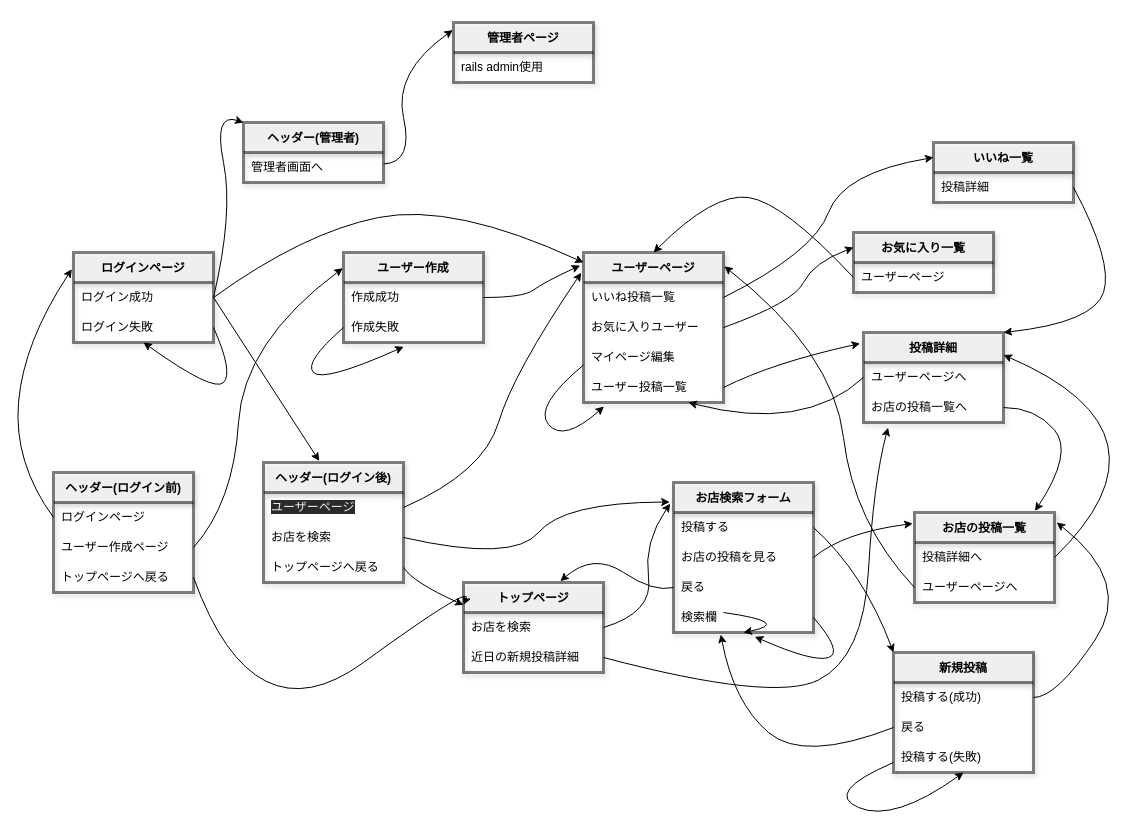
Earlier version of the draw.io diagram 画面遷移.dio (soratanaka/ramen_portfolio). Source tidied: cells renumbered, new cells numbered last; positions are measured from the earlier drawing's top-left corner, leaving out a move shared by most shapes. Both pictures are drawn from the tidied source at 100%, with x=0, y=0 at pixel (13, 22).
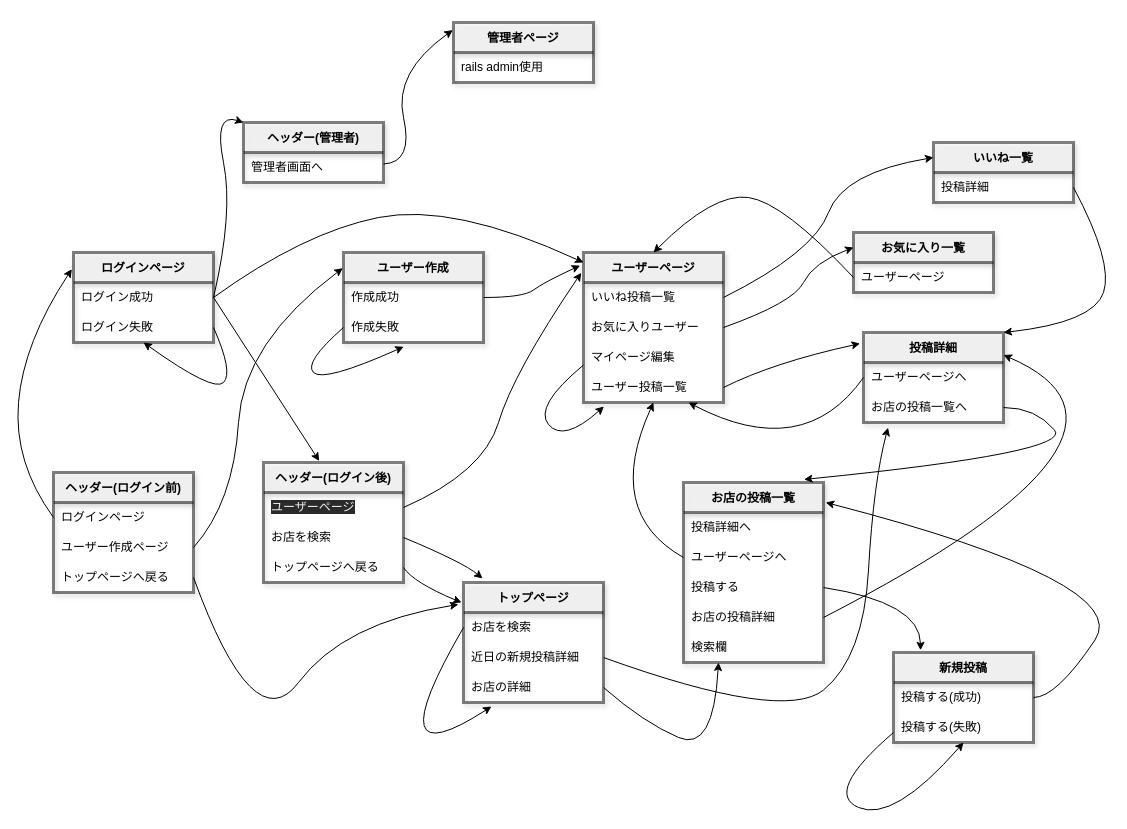
The same diagram, later.

The change refers to these unchanged cells:
```xml
<mxCell id="3" style="shape=partialRectangle;html=1;whiteSpace=wrap;fillColor=none;top=0;left=0;bottom=0;right=0;points=[[0,0.5],[1,0.5]];portConstraint=eastwest;shadow=1;strokeColor=default;strokeWidth=3;opacity=50;" parent="2" vertex="1">
  <mxGeometry y="30" width="140" height="30" as="geometry" />
</mxCell>
<mxCell id="5" style="shape=partialRectangle;html=1;whiteSpace=wrap;fillColor=none;top=0;left=0;bottom=0;right=0;points=[[0,0.5],[1,0.5]];portConstraint=eastwest;shadow=1;strokeColor=default;strokeWidth=3;opacity=50;" parent="2" vertex="1">
  <mxGeometry y="60" width="140" height="30" as="geometry" />
</mxCell>
<mxCell id="34" style="shape=partialRectangle;html=1;whiteSpace=wrap;fillColor=none;top=0;left=0;bottom=0;right=0;points=[[0,0.5],[1,0.5]];portConstraint=eastwest;shadow=1;strokeColor=default;strokeWidth=3;opacity=50;" parent="29" vertex="1">
  <mxGeometry y="90" width="140" height="30" as="geometry" />
</mxCell>
<mxCell id="39" style="shape=partialRectangle;html=1;whiteSpace=wrap;fillColor=none;top=0;left=0;bottom=0;right=0;points=[[0,0.5],[1,0.5]];portConstraint=eastwest;shadow=1;strokeColor=default;strokeWidth=3;opacity=50;" parent="36" vertex="1">
  <mxGeometry y="60" width="140" height="30" as="geometry" />
</mxCell>
<mxCell id="41" style="shape=partialRectangle;html=1;whiteSpace=wrap;fillColor=none;top=0;left=0;bottom=0;right=0;points=[[0,0.5],[1,0.5]];portConstraint=eastwest;shadow=1;strokeColor=default;strokeWidth=3;opacity=50;" parent="36" vertex="1">
  <mxGeometry y="90" width="140" height="30" as="geometry" />
</mxCell>
<mxCell id="55" value="ユーザーページ" style="shape=table;startSize=30;childLayout=tableLayout;rowLines=0;fontStyle=1;align=center;shadow=1;strokeColor=default;strokeWidth=3;opacity=50;" parent="1" vertex="1">
  <mxGeometry x="570" y="230" width="140" height="150" as="geometry" />
</mxCell>
<mxCell id="78" value="投稿詳細" style="shape=table;startSize=30;childLayout=tableLayout;rowLines=0;fontStyle=1;align=center;shadow=1;strokeColor=default;strokeWidth=3;opacity=50;" parent="1" vertex="1">
  <mxGeometry x="850" y="310" width="140" height="90" as="geometry" />
</mxCell>
<mxCell id="81" style="shape=partialRectangle;html=1;whiteSpace=wrap;fillColor=none;top=0;left=0;bottom=0;right=0;points=[[0,0.5],[1,0.5]];portConstraint=eastwest;shadow=1;strokeColor=default;strokeWidth=3;opacity=50;" parent="78" vertex="1">
  <mxGeometry y="60" width="140" height="30" as="geometry" />
</mxCell>
<mxCell id="89" style="shape=partialRectangle;html=1;whiteSpace=wrap;fillColor=none;top=0;left=0;bottom=0;right=0;points=[[0,0.5],[1,0.5]];portConstraint=eastwest;shadow=1;strokeColor=default;strokeWidth=3;opacity=50;" parent="86" vertex="1">
  <mxGeometry y="60" width="140" height="30" as="geometry" />
</mxCell>
```

What changed in the source:
```diff
@@
     <mxCell id="2" value="トップページ" style="shape=table;startSize=30;childLayout=tableLayout;rowLines=0;fontStyle=1;align=center;shadow=1;strokeColor=default;strokeWidth=3;opacity=50;" parent="1" vertex="1">
-      <mxGeometry x="450" y="560" width="140" height="90" as="geometry" />
+      <mxGeometry x="450" y="560" width="140" height="120" as="geometry" />
     </mxCell>
@@
+    <mxCell id="111" style="shape=partialRectangle;html=1;whiteSpace=wrap;fillColor=none;top=0;left=0;bottom=0;right=0;points=[[0,0.5],[1,0.5]];portConstraint=eastwest;shadow=1;strokeColor=default;strokeWidth=3;opacity=50;" parent="2" vertex="1">
+      <mxGeometry y="90" width="140" height="30" as="geometry" />
+    </mxCell>
+    <mxCell id="112" value="お店の詳細" style="shape=partialRectangle;html=1;whiteSpace=wrap;fillColor=none;top=0;left=0;bottom=0;right=0;align=left;spacingLeft=6;overflow=hidden;shadow=1;strokeColor=default;strokeWidth=3;opacity=50;" parent="111" vertex="1">
+      <mxGeometry width="140" height="30" as="geometry" />
+    </mxCell>
+    <mxCell id="52" style="curved=1;endArrow=classic;html=1;exitX=0;exitY=0.5;exitDx=0;exitDy=0;entryX=0.2;entryY=1.133;entryDx=0;entryDy=0;entryPerimeter=0;" parent="2" edge="1" source="3" target="111">
+      <mxGeometry relative="1" as="geometry">
+        <Array as="points">
+          <mxPoint x="-90" y="200" />
+        </Array>
+      </mxGeometry>
+    </mxCell>
@@
-    <mxCell id="19" value="お店検索フォーム" style="shape=table;startSize=30;childLayout=tableLayout;rowLines=0;fontStyle=1;align=center;shadow=1;strokeColor=default;strokeWidth=3;opacity=50;" parent="1" vertex="1">
-      <mxGeometry x="660" y="460" width="140" height="150" as="geometry" />
-    </mxCell>
-    <mxCell id="20" style="shape=partialRectangle;html=1;whiteSpace=wrap;fillColor=none;top=0;left=0;bottom=0;right=0;points=[[0,0.5],[1,0.5]];portConstraint=eastwest;shadow=1;strokeColor=default;strokeWidth=3;opacity=50;" parent="19" vertex="1">
-      <mxGeometry y="30" width="140" height="30" as="geometry" />
-    </mxCell>
-    <mxCell id="21" value="投稿する" style="shape=partialRectangle;html=1;whiteSpace=wrap;fillColor=none;top=0;left=0;bottom=0;right=0;align=left;spacingLeft=6;overflow=hidden;shadow=1;strokeColor=default;strokeWidth=3;perimeterSpacing=3;opacity=50;" parent="20" vertex="1">
-      <mxGeometry width="140" height="30" as="geometry" />
-    </mxCell>
-    <mxCell id="22" style="shape=partialRectangle;html=1;whiteSpace=wrap;fillColor=none;top=0;left=0;bottom=0;right=0;shadow=1;strokeColor=default;strokeWidth=3;opacity=50;" parent="19" vertex="1">
-      <mxGeometry y="60" width="140" height="30" as="geometry" />
-    </mxCell>
-    <mxCell id="23" value="お店の投稿を見る" style="shape=partialRectangle;html=1;whiteSpace=wrap;fillColor=none;top=0;left=0;bottom=0;right=0;align=left;spacingLeft=6;overflow=hidden;shadow=1;strokeColor=default;strokeWidth=3;perimeterSpacing=3;opacity=50;" parent="22" vertex="1">
-      <mxGeometry width="140" height="30" as="geometry" />
-    </mxCell>
-    <mxCell id="24" style="shape=partialRectangle;html=1;whiteSpace=wrap;fillColor=none;top=0;left=0;bottom=0;right=0;points=[[0,0.5],[1,0.5]];portConstraint=eastwest;shadow=1;strokeColor=default;strokeWidth=3;opacity=50;" parent="19" vertex="1">
-      <mxGeometry y="90" width="140" height="30" as="geometry" />
-    </mxCell>
-    <mxCell id="25" value="戻る" style="shape=partialRectangle;html=1;whiteSpace=wrap;fillColor=none;top=0;left=0;bottom=0;right=0;align=left;spacingLeft=6;overflow=hidden;shadow=1;strokeColor=default;strokeWidth=3;opacity=50;" parent="24" vertex="1">
-      <mxGeometry width="140" height="30" as="geometry" />
-    </mxCell>
-    <mxCell id="26" style="shape=partialRectangle;html=1;whiteSpace=wrap;fillColor=none;top=0;left=0;bottom=0;right=0;points=[[0,0.5],[1,0.5]];portConstraint=eastwest;shadow=1;strokeColor=default;strokeWidth=3;opacity=50;" parent="19" vertex="1">
-      <mxGeometry y="120" width="140" height="30" as="geometry" />
-    </mxCell>
-    <mxCell id="27" value="検索欄" style="shape=partialRectangle;html=1;whiteSpace=wrap;fillColor=none;top=0;left=0;bottom=0;right=0;align=left;spacingLeft=6;overflow=hidden;shadow=1;strokeColor=default;strokeWidth=3;opacity=50;" parent="26" vertex="1">
-      <mxGeometry width="140" height="30" as="geometry" />
-    </mxCell>
-    <mxCell id="28" style="curved=1;endArrow=classic;html=1;exitX=1;exitY=0.5;exitDx=0;exitDy=0;entryX=0.581;entryY=1.141;entryDx=0;entryDy=0;entryPerimeter=0;" parent="19" edge="1" source="26" target="26">
-      <mxGeometry relative="1" as="geometry">
-        <Array as="points">
-          <mxPoint x="170" y="170" />
-          <mxPoint x="140" y="180" />
-        </Array>
-      </mxGeometry>
-    </mxCell>
@@
-    <mxCell id="49" style="curved=1;endArrow=classic;html=1;exitX=1;exitY=0.5;exitDx=0;exitDy=0;entryX=0;entryY=0.25;entryDx=0;entryDy=0;" parent="1" edge="1" source="34" target="2">
+    <mxCell id="49" style="curved=1;endArrow=classic;html=1;exitX=1;exitY=0.5;exitDx=0;exitDy=0;entryX=-0.036;entryY=0.183;entryDx=0;entryDy=0;entryPerimeter=0;" parent="1" edge="1" source="34" target="2">
       <mxGeometry relative="1" as="geometry">
         <Array as="points">
           <mxPoint x="240" y="720" />
-          <mxPoint x="460" y="560" />
+          <mxPoint x="330" y="600" />
         </Array>
       </mxGeometry>
     </mxCell>
-    <mxCell id="50" style="curved=1;endArrow=classic;html=1;exitX=1;exitY=0.5;exitDx=0;exitDy=0;entryX=0;entryY=0.25;entryDx=0;entryDy=0;" parent="1" edge="1" source="41" target="2">
+    <mxCell id="50" style="curved=1;endArrow=classic;html=1;exitX=1;exitY=0.5;exitDx=0;exitDy=0;entryX=-0.014;entryY=0.167;entryDx=0;entryDy=0;entryPerimeter=0;" parent="1" edge="1" source="41" target="2">
       <mxGeometry relative="1" as="geometry">
         <Array as="points">
           <mxPoint x="400" y="560" />
         </Array>
       </mxGeometry>
     </mxCell>
@@
-    <mxCell id="52" style="curved=1;endArrow=classic;html=1;entryX=0.5;entryY=1;entryDx=0;entryDy=0;exitX=1;exitY=0.5;exitDx=0;exitDy=0;" parent="1" edge="1" target="19">
-      <mxGeometry relative="1" as="geometry">
-        <mxPoint x="710" y="590" as="sourcePoint" />
-        <Array as="points">
-          <mxPoint x="780" y="600" />
-        </Array>
-      </mxGeometry>
-    </mxCell>
-    <mxCell id="53" style="curved=1;endArrow=classic;html=1;exitX=1;exitY=0.5;exitDx=0;exitDy=0;entryX=-0.027;entryY=0.13;entryDx=0;entryDy=0;entryPerimeter=0;" parent="1" edge="1" source="39" target="19">
+    <mxCell id="53" style="curved=1;endArrow=classic;html=1;exitX=1;exitY=0.5;exitDx=0;exitDy=0;entryX=0.136;entryY=-0.033;entryDx=0;entryDy=0;entryPerimeter=0;" parent="1" edge="1" source="39" target="2">
       <mxGeometry relative="1" as="geometry">
         <Array as="points">
-          <mxPoint x="500" y="540" />
-          <mxPoint x="550" y="480" />
+          <mxPoint x="450" y="540" />
         </Array>
       </mxGeometry>
     </mxCell>
-    <mxCell id="54" style="curved=1;endArrow=classic;html=1;exitX=1;exitY=0.5;exitDx=0;exitDy=0;entryX=-0.024;entryY=0.141;entryDx=0;entryDy=0;entryPerimeter=0;" parent="1" edge="1" source="2" target="19">
+    <mxCell id="54" style="curved=1;endArrow=classic;html=1;exitX=1;exitY=0.5;exitDx=0;exitDy=0;entryX=0.25;entryY=1;entryDx=0;entryDy=0;" parent="1" edge="1" source="111" target="86">
       <mxGeometry relative="1" as="geometry">
         <Array as="points">
-          <mxPoint x="640" y="590" />
-          <mxPoint x="630" y="520" />
+          <mxPoint x="630" y="700" />
+          <mxPoint x="700" y="730" />
         </Array>
       </mxGeometry>
     </mxCell>
@@
-    <mxCell id="66" style="curved=1;endArrow=classic;html=1;exitX=0;exitY=0.5;exitDx=0;exitDy=0;entryX=0.692;entryY=-0.015;entryDx=0;entryDy=0;entryPerimeter=0;" parent="1" edge="1" source="24" target="2">
-      <mxGeometry relative="1" as="geometry">
-        <Array as="points">
-          <mxPoint x="640" y="570" />
-          <mxPoint x="580" y="530" />
-        </Array>
-      </mxGeometry>
-    </mxCell>
@@
     <mxCell id="83" style="curved=1;endArrow=classic;html=1;exitX=1;exitY=0.5;exitDx=0;exitDy=0;entryX=0.175;entryY=1.17;entryDx=0;entryDy=0;entryPerimeter=0;" parent="1" edge="1" source="5" target="81">
       <mxGeometry relative="1" as="geometry">
         <Array as="points">
-          <mxPoint x="760" y="680" />
+          <mxPoint x="770" y="700" />
           <mxPoint x="850" y="635" />
           <mxPoint x="860" y="460" />
         </Array>
       </mxGeometry>
     </mxCell>
@@
     <mxCell id="85" style="curved=1;endArrow=classic;html=1;exitX=0;exitY=0.5;exitDx=0;exitDy=0;entryX=0.75;entryY=1;entryDx=0;entryDy=0;" parent="1" edge="1" source="78" target="55">
       <mxGeometry relative="1" as="geometry">
         <Array as="points">
-          <mxPoint x="790" y="410" />
+          <mxPoint x="790" y="440" />
         </Array>
       </mxGeometry>
     </mxCell>
     <mxCell id="86" value="お店の投稿一覧" style="shape=table;startSize=30;childLayout=tableLayout;rowLines=0;fontStyle=1;align=center;shadow=1;strokeColor=default;strokeWidth=3;opacity=50;" parent="1" vertex="1">
-      <mxGeometry x="901" y="490" width="140" height="90" as="geometry" />
+      <mxGeometry x="670" y="460" width="140" height="180" as="geometry" />
     </mxCell>
@@
-    <mxCell id="91" style="curved=1;endArrow=classic;html=1;exitX=1;exitY=0.5;exitDx=0;exitDy=0;entryX=-0.013;entryY=0.123;entryDx=0;entryDy=0;entryPerimeter=0;" parent="1" edge="1" source="19" target="86">
-      <mxGeometry relative="1" as="geometry">
-        <Array as="points">
-          <mxPoint x="830" y="510" />
-        </Array>
-      </mxGeometry>
-    </mxCell>
-    <mxCell id="92" style="curved=1;endArrow=classic;html=1;exitX=1;exitY=0.5;exitDx=0;exitDy=0;entryX=0;entryY=0;entryDx=0;entryDy=0;" parent="1" edge="1" source="20" target="93">
-      <mxGeometry relative="1" as="geometry">
-        <Array as="points">
-          <mxPoint x="850" y="550" />
-        </Array>
-      </mxGeometry>
-    </mxCell>
+    <mxCell id="113" style="shape=partialRectangle;html=1;whiteSpace=wrap;fillColor=none;top=0;left=0;bottom=0;right=0;shadow=1;strokeColor=default;strokeWidth=3;opacity=50;" parent="86" vertex="1">
+      <mxGeometry y="90" width="140" height="30" as="geometry" />
+    </mxCell>
+    <mxCell id="21" value="&lt;span&gt;投稿する&lt;/span&gt;" style="shape=partialRectangle;html=1;whiteSpace=wrap;fillColor=none;top=0;left=0;bottom=0;right=0;align=left;spacingLeft=6;overflow=hidden;shadow=1;strokeColor=default;strokeWidth=3;opacity=50;" parent="113" vertex="1">
+      <mxGeometry width="140" height="30" as="geometry" />
+    </mxCell>
+    <mxCell id="26" style="shape=partialRectangle;html=1;whiteSpace=wrap;fillColor=none;top=0;left=0;bottom=0;right=0;points=[[0,0.5],[1,0.5]];portConstraint=eastwest;shadow=1;strokeColor=default;strokeWidth=3;opacity=50;" parent="86" vertex="1">
+      <mxGeometry y="120" width="140" height="30" as="geometry" />
+    </mxCell>
+    <mxCell id="114" value="&lt;span&gt;お店の投稿詳細&lt;/span&gt;" style="shape=partialRectangle;html=1;whiteSpace=wrap;fillColor=none;top=0;left=0;bottom=0;right=0;align=left;spacingLeft=6;overflow=hidden;shadow=1;strokeColor=default;strokeWidth=3;opacity=50;" parent="26" vertex="1">
+      <mxGeometry width="140" height="30" as="geometry" />
+    </mxCell>
+    <mxCell id="115" style="shape=partialRectangle;html=1;whiteSpace=wrap;fillColor=none;top=0;left=0;bottom=0;right=0;shadow=1;strokeColor=default;strokeWidth=3;opacity=50;" parent="86" vertex="1">
+      <mxGeometry y="150" width="140" height="30" as="geometry" />
+    </mxCell>
+    <mxCell id="27" value="&lt;span&gt;検索欄&lt;/span&gt;" style="shape=partialRectangle;html=1;whiteSpace=wrap;fillColor=none;top=0;left=0;bottom=0;right=0;align=left;spacingLeft=6;overflow=hidden;shadow=1;strokeColor=default;strokeWidth=3;opacity=50;" parent="115" vertex="1">
+      <mxGeometry width="140" height="30" as="geometry" />
+    </mxCell>
     <mxCell id="93" value="新規投稿" style="shape=table;startSize=30;childLayout=tableLayout;rowLines=0;fontStyle=1;align=center;shadow=1;strokeColor=default;strokeWidth=3;opacity=50;" parent="1" vertex="1">
-      <mxGeometry x="880" y="630" width="140" height="120" as="geometry" />
+      <mxGeometry x="880" y="630" width="140" height="90" as="geometry" />
     </mxCell>
@@
-    <mxCell id="96" style="shape=partialRectangle;html=1;whiteSpace=wrap;fillColor=none;top=0;left=0;bottom=0;right=0;points=[[0,0.5],[1,0.5]];portConstraint=eastwest;shadow=1;strokeColor=default;strokeWidth=3;opacity=50;" parent="93" vertex="1">
-      <mxGeometry y="60" width="140" height="30" as="geometry" />
-    </mxCell>
-    <mxCell id="97" value="戻る" style="shape=partialRectangle;html=1;whiteSpace=wrap;fillColor=none;top=0;left=0;bottom=0;right=0;align=left;spacingLeft=6;overflow=hidden;shadow=1;strokeColor=default;strokeWidth=3;opacity=50;" parent="96" vertex="1">
-      <mxGeometry width="140" height="30" as="geometry" />
-    </mxCell>
     <mxCell id="98" style="shape=partialRectangle;html=1;whiteSpace=wrap;fillColor=none;top=0;left=0;bottom=0;right=0;points=[[0,0.5],[1,0.5]];portConstraint=eastwest;shadow=1;strokeColor=default;strokeWidth=3;opacity=50;" parent="93" vertex="1">
-      <mxGeometry y="90" width="140" height="30" as="geometry" />
+      <mxGeometry y="60" width="140" height="30" as="geometry" />
     </mxCell>
@@
-    <mxCell id="101" style="curved=1;endArrow=classic;html=1;exitX=0;exitY=0.5;exitDx=0;exitDy=0;entryX=0.338;entryY=1.067;entryDx=0;entryDy=0;entryPerimeter=0;" parent="1" edge="1" source="96" target="26">
-      <mxGeometry relative="1" as="geometry">
-        <Array as="points">
-          <mxPoint x="790" y="740" />
-          <mxPoint x="720" y="680" />
-        </Array>
-      </mxGeometry>
-    </mxCell>
@@
-    <mxCell id="103" style="curved=1;endArrow=classic;html=1;exitX=1;exitY=0.5;exitDx=0;exitDy=0;entryX=1;entryY=0.25;entryDx=0;entryDy=0;" parent="1" edge="1" source="86" target="78">
+    <mxCell id="103" style="curved=1;endArrow=classic;html=1;exitX=1;exitY=0.5;exitDx=0;exitDy=0;entryX=1;entryY=0.25;entryDx=0;entryDy=0;" parent="1" edge="1" source="26" target="78">
       <mxGeometry relative="1" as="geometry">
         <Array as="points">
           <mxPoint x="1170" y="410" />
         </Array>
       </mxGeometry>
     </mxCell>
-    <mxCell id="104" style="curved=1;endArrow=classic;html=1;exitX=0;exitY=0.5;exitDx=0;exitDy=0;entryX=1.006;entryY=0.092;entryDx=0;entryDy=0;entryPerimeter=0;" parent="1" edge="1" source="89" target="55">
+    <mxCell id="104" style="curved=1;endArrow=classic;html=1;exitX=0;exitY=0.5;exitDx=0;exitDy=0;entryX=0.5;entryY=1;entryDx=0;entryDy=0;" parent="1" edge="1" source="89" target="55">
       <mxGeometry relative="1" as="geometry">
         <Array as="points">
-          <mxPoint x="840" y="500" />
-          <mxPoint x="820" y="330" />
+          <mxPoint x="590" y="490" />
         </Array>
       </mxGeometry>
     </mxCell>
@@
+    <mxCell id="116" style="curved=1;endArrow=classic;html=1;entryX=0.193;entryY=-0.025;entryDx=0;entryDy=0;entryPerimeter=0;" parent="1" edge="1" target="93">
+      <mxGeometry relative="1" as="geometry">
+        <mxPoint x="810" y="565" as="sourcePoint" />
+        <Array as="points">
+          <mxPoint x="907" y="580" />
+        </Array>
+      </mxGeometry>
+    </mxCell>
```
